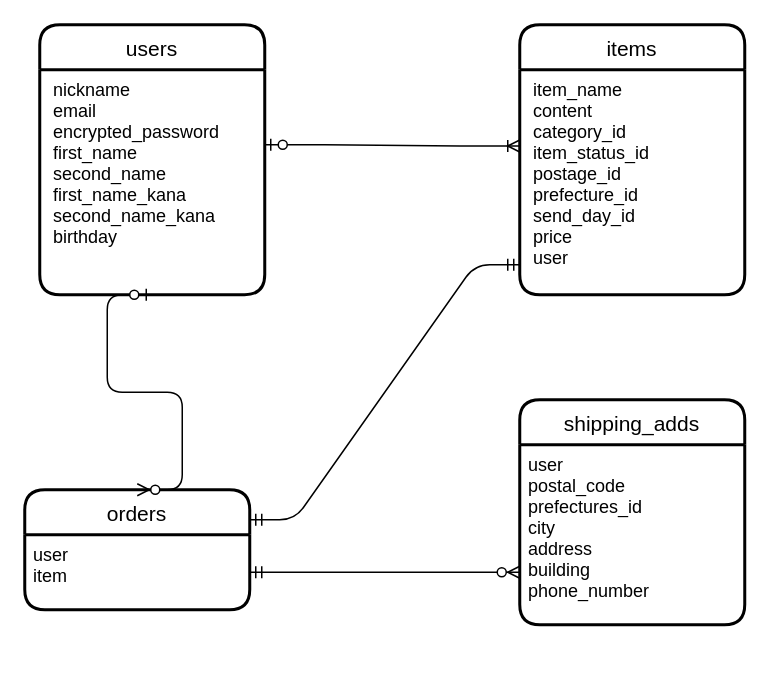
Before: frima-37983.dio in junoota0115/furima-37983, a draw.io diagram. Source tidied: cells renumbered, new cells numbered last; positions are measured from the earlier drawing's top-left corner, leaving out a move shared by most shapes. Both pictures are drawn from the tidied source at 150%, with x=0, y=0 at pixel (24, 24).
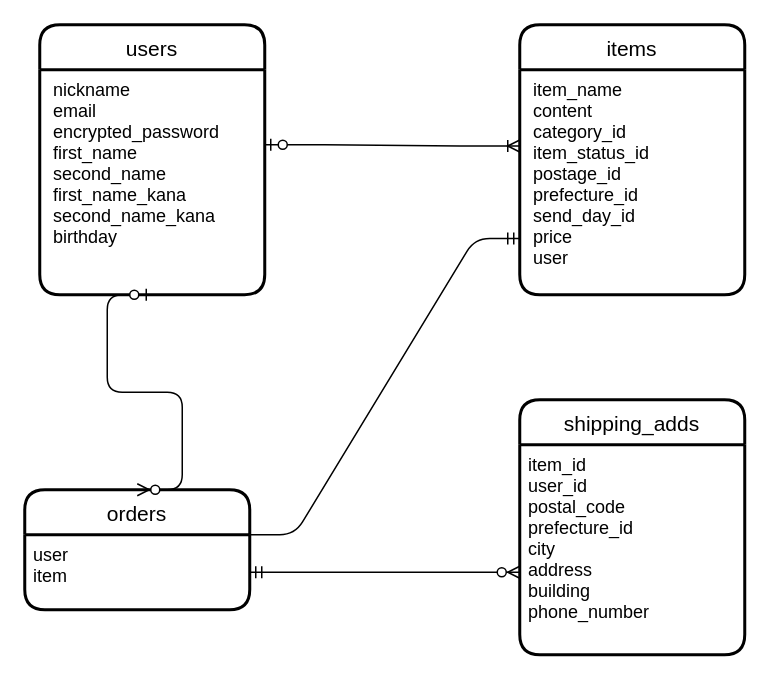
The same diagram, later.

Diff of the diagram source:
```diff
@@
 <mxGraphModel>
   <root>
     <mxCell id="0" />
     <mxCell id="1" parent="0" />
     <mxCell id="2" value="users" style="swimlane;horizontal=1;startSize=30;rounded=1;fontSize=14;fontStyle=0;strokeWidth=2;shadow=0;dashed=0;align=center;" parent="1" vertex="1">
       <mxGeometry x="10" width="150" height="180" as="geometry" />
     </mxCell>
     <mxCell id="3" value=" nickname&#10; email &#10; encrypted_password &#10; first_name &#10; second_name &#10; first_name_kana &#10; second_name_kana &#10; birthday" style="align=left;strokeColor=none;fillColor=none;spacingLeft=4;fontSize=12;verticalAlign=top;" parent="2" vertex="1">
       <mxGeometry y="30" width="150" height="150" as="geometry" />
     </mxCell>
     <mxCell id="4" value="shipping_adds" style="swimlane;horizontal=1;startSize=30;rounded=1;fontSize=14;fontStyle=0;strokeWidth=2;shadow=0;dashed=0;align=center;" parent="1" vertex="1">
-      <mxGeometry x="330" y="250" width="150" height="150" as="geometry" />
+      <mxGeometry x="330" y="250" width="150" height="170" as="geometry" />
     </mxCell>
-    <mxCell id="5" value="user&#10;postal_code &#10;prefectures_id&#10;city &#10;address &#10;building &#10;phone_number" style="align=left;strokeColor=none;fillColor=none;spacingLeft=4;fontSize=12;verticalAlign=top;" parent="4" vertex="1">
-      <mxGeometry y="30" width="150" height="120" as="geometry" />
+    <mxCell id="5" value="item_id&#10;user_id&#10;postal_code &#10;prefecture_id&#10;city &#10;address &#10;building &#10;phone_number" style="align=left;strokeColor=none;fillColor=none;spacingLeft=4;fontSize=12;verticalAlign=top;" parent="4" vertex="1">
+      <mxGeometry y="30" width="150" height="140" as="geometry" />
     </mxCell>
     <mxCell id="6" value="orders" style="swimlane;horizontal=1;startSize=30;rounded=1;fontSize=14;fontStyle=0;strokeWidth=2;shadow=0;dashed=0;align=center;" parent="1" vertex="1">
       <mxGeometry y="310" width="150" height="80" as="geometry" />
     </mxCell>
     <mxCell id="7" value="user&#10;item" style="align=left;strokeColor=none;fillColor=none;spacingLeft=4;fontSize=12;verticalAlign=top;" parent="6" vertex="1">
       <mxGeometry y="30" width="150" height="50" as="geometry" />
     </mxCell>
     <mxCell id="8" value="items" style="swimlane;horizontal=1;startSize=30;rounded=1;fontSize=14;fontStyle=0;strokeWidth=2;shadow=0;dashed=0;align=center;" parent="1" vertex="1">
       <mxGeometry x="330" width="150" height="180" as="geometry" />
     </mxCell>
     <mxCell id="9" value=" item_name&#10; content &#10; category_id&#10; item_status_id &#10; postage_id &#10; prefecture_id &#10; send_day_id  &#10; price  &#10; user        " style="align=left;strokeColor=none;fillColor=none;spacingLeft=4;fontSize=12;verticalAlign=top;" parent="8" vertex="1">
       <mxGeometry y="30" width="150" height="150" as="geometry" />
     </mxCell>
     <mxCell id="10" style="edgeStyle=entityRelationEdgeStyle;fontSize=12;html=1;endArrow=ERoneToMany;startArrow=ERzeroToOne;entryX=0;entryY=0.339;entryDx=0;entryDy=0;entryPerimeter=0;" parent="1" edge="1" target="9">
       <mxGeometry relative="1" as="geometry">
         <mxPoint x="160" y="80" as="sourcePoint" />
       </mxGeometry>
     </mxCell>
     <mxCell id="11" style="edgeStyle=entityRelationEdgeStyle;fontSize=12;html=1;endArrow=ERzeroToMany;startArrow=ERzeroToOne;entryX=0.5;entryY=0;entryDx=0;entryDy=0;exitX=0.5;exitY=1;exitDx=0;exitDy=0;" parent="1" edge="1" source="3" target="6">
       <mxGeometry relative="1" as="geometry" />
     </mxCell>
-    <mxCell id="12" style="edgeStyle=entityRelationEdgeStyle;fontSize=12;html=1;endArrow=ERmandOne;startArrow=ERmandOne;exitX=1;exitY=0.25;exitDx=0;exitDy=0;" parent="1" edge="1" source="6">
-      <mxGeometry relative="1" as="geometry">
-        <mxPoint x="330" y="160" as="targetPoint" />
-      </mxGeometry>
-    </mxCell>
     <mxCell id="13" style="edgeStyle=entityRelationEdgeStyle;fontSize=12;html=1;endArrow=ERzeroToMany;startArrow=ERmandOne;exitX=1;exitY=0.5;exitDx=0;exitDy=0;" parent="1" edge="1" source="7">
       <mxGeometry relative="1" as="geometry">
         <mxPoint x="330" y="365" as="targetPoint" />
       </mxGeometry>
     </mxCell>
+    <mxCell id="14" style="edgeStyle=entityRelationEdgeStyle;fontSize=12;html=1;endArrow=ERmandOne;entryX=0;entryY=0.75;entryDx=0;entryDy=0;" parent="1" edge="1" target="9">
+      <mxGeometry relative="1" as="geometry">
+        <mxPoint x="150" y="340" as="sourcePoint" />
+      </mxGeometry>
+    </mxCell>
   </root>
 </mxGraphModel>
```
